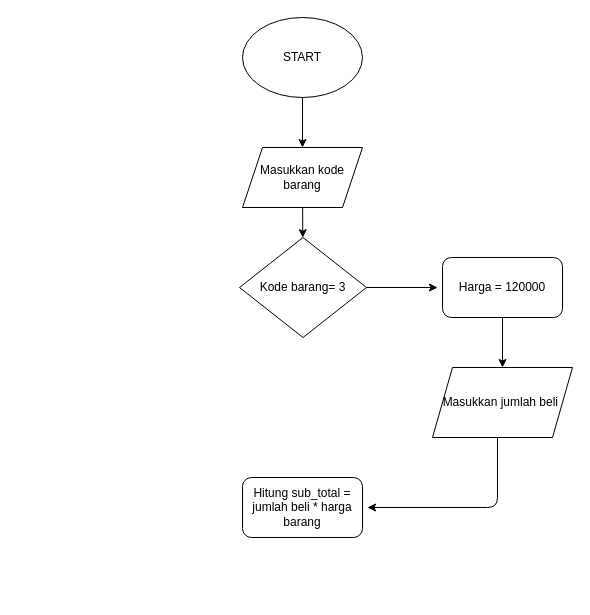
Above: flowchart.drawio in sakhaardiansyah/Sakha_Ardiansyah-Sistem_Kasir (draw.io), before the change. Source tidied: cells renumbered, new cells numbered last; positions are measured from the earlier drawing's top-left corner, leaving out a move shared by most shapes. Both pictures are drawn from the tidied source at 100%, with x=0, y=0 at pixel (239, 17).
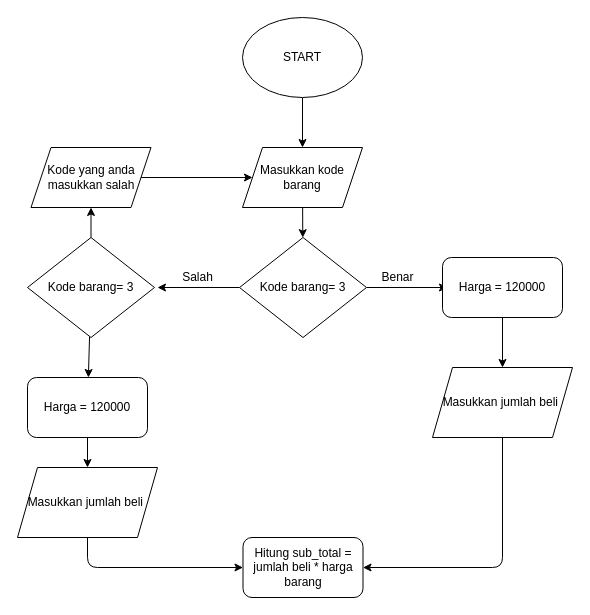
After the change.

Commit message:
Pengkodisian jika jawaban salah

Unchanged cells that the change refers to:
```xml
<mxCell id="5" value="Masukkan kode barang" style="shape=parallelogram;perimeter=parallelogramPerimeter;whiteSpace=wrap;html=1;fixedSize=1;" parent="1" vertex="1">
  <mxGeometry x="3" y="130" width="120" height="60" as="geometry" />
</mxCell>
<mxCell id="7" value="Kode barang= 3" style="rhombus;whiteSpace=wrap;html=1;" parent="1" vertex="1">
  <mxGeometry y="220" width="127" height="100" as="geometry" />
</mxCell>
<mxCell id="9" value="Masukkan jumlah beli&amp;nbsp;" style="shape=parallelogram;perimeter=parallelogramPerimeter;whiteSpace=wrap;html=1;fixedSize=1;" parent="1" vertex="1">
  <mxGeometry x="193" y="350" width="140" height="70" as="geometry" />
</mxCell>
```

The edit, as a diff of the source:
```diff
@@
     <mxCell id="6" style="edgeStyle=none;html=1;" parent="1" edge="1" source="7">
       <mxGeometry relative="1" as="geometry">
-        <mxPoint x="198" y="270" as="targetPoint" />
+        <mxPoint x="208" y="270" as="targetPoint" />
       </mxGeometry>
     </mxCell>
+    <mxCell id="13" style="edgeStyle=none;html=1;" parent="1" edge="1" source="7">
+      <mxGeometry relative="1" as="geometry">
+        <mxPoint x="-82" y="270" as="targetPoint" />
+      </mxGeometry>
+    </mxCell>
@@
     <mxCell id="10" value="Hitung sub_total = jumlah beli * harga barang" style="rounded=1;whiteSpace=wrap;html=1;" parent="1" vertex="1">
-      <mxGeometry x="3" y="460" width="120" height="60" as="geometry" />
+      <mxGeometry x="3.5" y="520" width="120" height="60" as="geometry" />
     </mxCell>
@@
-    <mxCell id="12" style="endArrow=classic;html=1;" parent="1" edge="1">
+    <mxCell id="12" style="endArrow=classic;html=1;entryX=1;entryY=0.5;entryDx=0;entryDy=0;" parent="1" edge="1" source="9" target="10">
       <mxGeometry relative="1" as="geometry">
-        <mxPoint x="258" y="420" as="sourcePoint" />
-        <mxPoint x="128" y="490" as="targetPoint" />
         <Array as="points">
-          <mxPoint x="258" y="490" />
+          <mxPoint x="263" y="550" />
         </Array>
       </mxGeometry>
     </mxCell>
+    <mxCell id="14" value="Benar" style="text;html=1;align=center;verticalAlign=middle;strokeColor=none;fillColor=none;" parent="1" vertex="1">
+      <mxGeometry x="128" y="245" width="60" height="30" as="geometry" />
+    </mxCell>
+    <mxCell id="15" style="edgeStyle=none;html=1;" parent="1" edge="1" source="17" target="20">
+      <mxGeometry relative="1" as="geometry" />
+    </mxCell>
+    <mxCell id="16" style="edgeStyle=none;html=1;" parent="1" edge="1" source="17" target="22">
+      <mxGeometry relative="1" as="geometry" />
+    </mxCell>
+    <mxCell id="17" value="Kode barang= 3" style="rhombus;whiteSpace=wrap;html=1;" parent="1" vertex="1">
+      <mxGeometry x="-212" y="220" width="127" height="100" as="geometry" />
+    </mxCell>
+    <mxCell id="18" value="Salah" style="text;html=1;align=center;verticalAlign=middle;strokeColor=none;fillColor=none;" parent="1" vertex="1">
+      <mxGeometry x="-67" y="245" width="50" height="30" as="geometry" />
+    </mxCell>
+    <mxCell id="19" style="edgeStyle=none;html=1;" parent="1" edge="1" source="20" target="5">
+      <mxGeometry relative="1" as="geometry" />
+    </mxCell>
+    <mxCell id="20" value="Kode yang anda masukkan salah" style="shape=parallelogram;perimeter=parallelogramPerimeter;whiteSpace=wrap;html=1;fixedSize=1;" parent="1" vertex="1">
+      <mxGeometry x="-208.5" y="130" width="120" height="60" as="geometry" />
+    </mxCell>
+    <mxCell id="21" style="edgeStyle=none;html=1;" parent="1" edge="1" source="22" target="23">
+      <mxGeometry relative="1" as="geometry" />
+    </mxCell>
+    <mxCell id="22" value="Harga = 120000" style="rounded=1;whiteSpace=wrap;html=1;" parent="1" vertex="1">
+      <mxGeometry x="-212" y="360" width="120" height="60" as="geometry" />
+    </mxCell>
+    <mxCell id="23" value="Masukkan jumlah beli&amp;nbsp;" style="shape=parallelogram;perimeter=parallelogramPerimeter;whiteSpace=wrap;html=1;fixedSize=1;" parent="1" vertex="1">
+      <mxGeometry x="-222" y="450" width="140" height="70" as="geometry" />
+    </mxCell>
+    <mxCell id="24" style="endArrow=classic;html=1;entryX=0;entryY=0.5;entryDx=0;entryDy=0;exitX=0.5;exitY=1;exitDx=0;exitDy=0;" parent="1" edge="1" source="23" target="10">
+      <mxGeometry relative="1" as="geometry">
+        <Array as="points">
+          <mxPoint x="-152" y="550" />
+        </Array>
+      </mxGeometry>
+    </mxCell>
```
